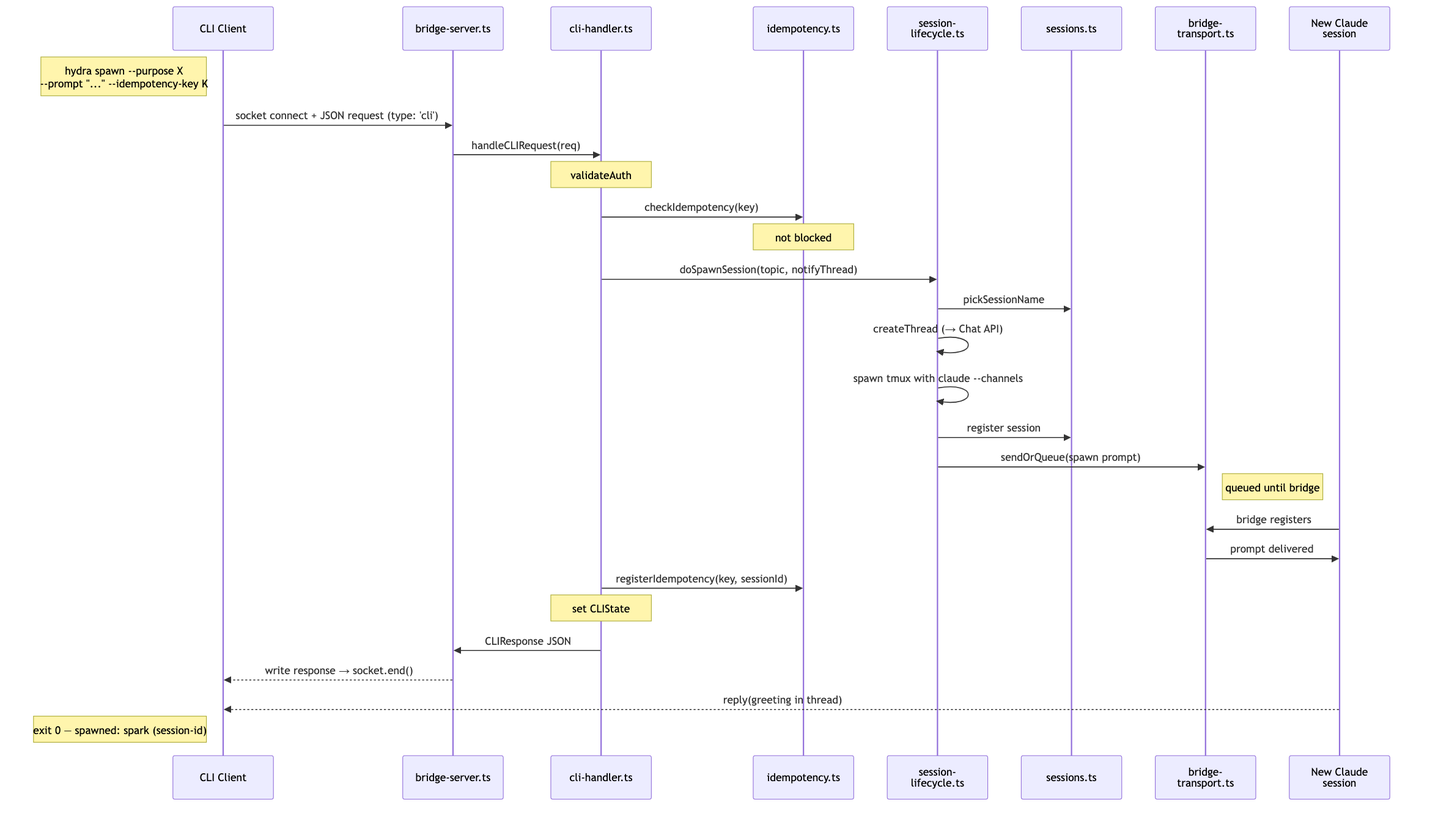
Above: diagrams/flow-cli-spawn.png in sf8193/hydra (Mermaid), before the change. Its source is kept beside it as diagrams/flow-cli-spawn.mmd.
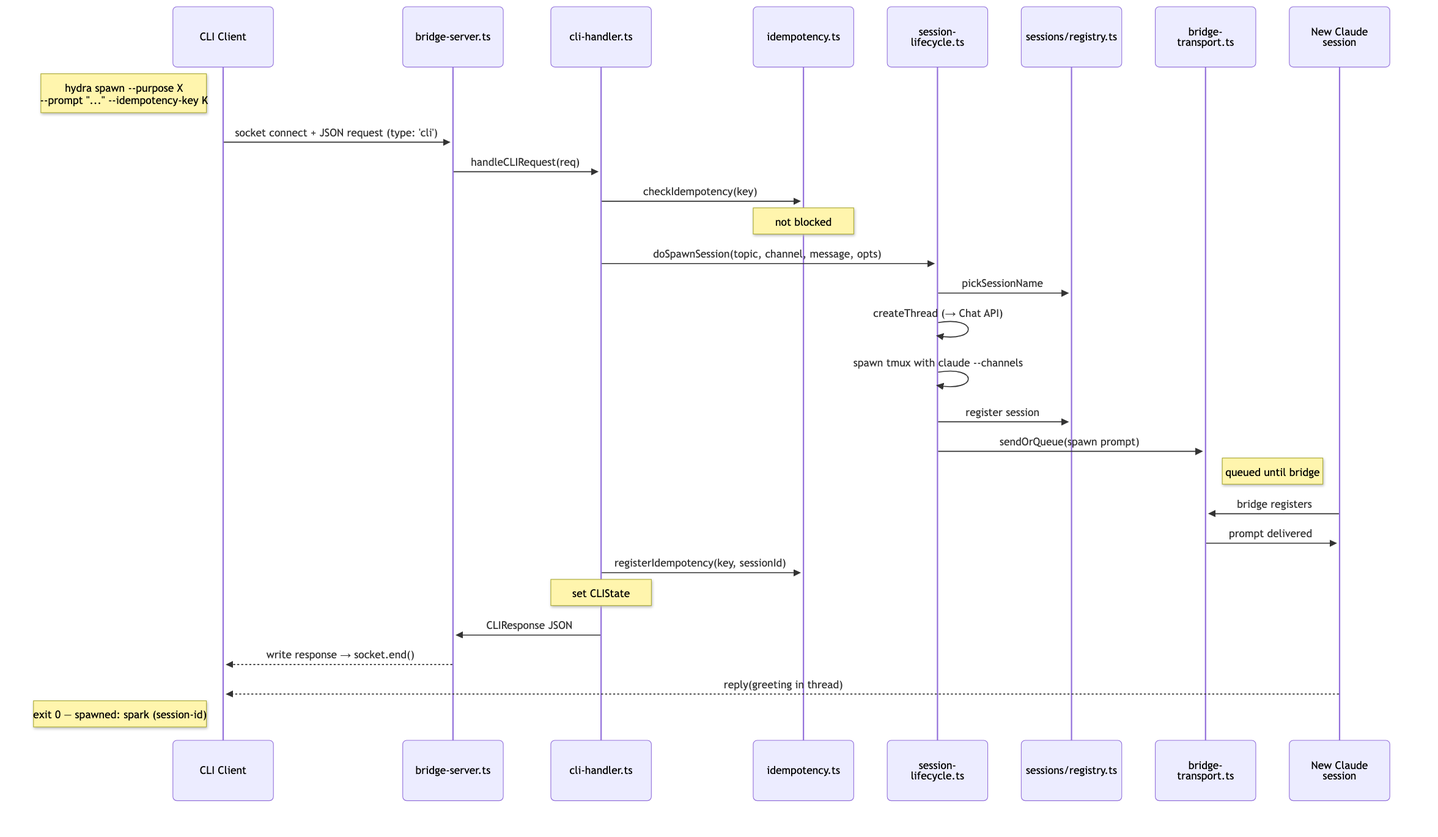
Above is the later version.

Diff of the diagram source:
```diff
@@ -12,10 +12,9 @@
     Note left of cli: hydra spawn --purpose X<br/>--prompt "..." --idempotency-key K
     cli->>server: socket connect + JSON request (type: 'cli')
     server->>handler: handleCLIRequest(req)
-    Note over handler: validateAuth
     handler->>idemp: checkIdempotency(key)
     Note over idemp: not blocked
-    handler->>lifecycle: doSpawnSession(topic, notifyThread)
+    handler->>lifecycle: doSpawnSession(topic, channel, message, opts)
     lifecycle->>sessions: pickSessionName
     lifecycle->>lifecycle: createThread (→ Chat API)
     lifecycle->>lifecycle: spawn tmux with claude --channels
```
